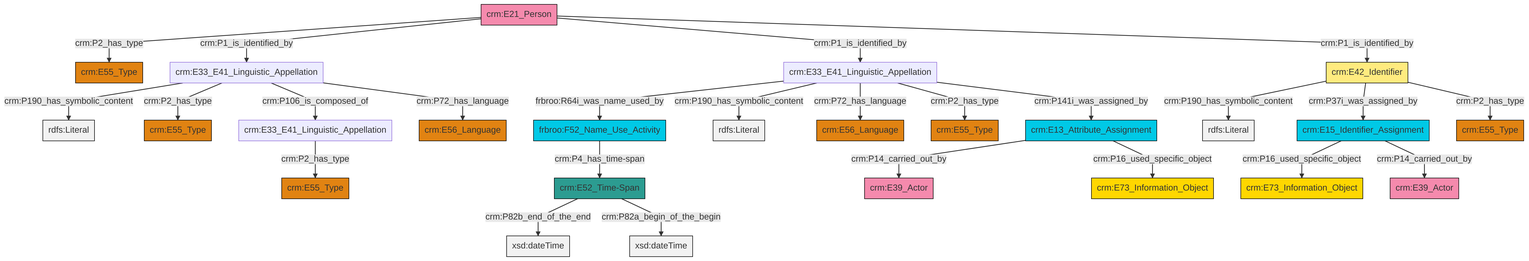
Above: et/personCSV/ttl/mmd/png/Person_Names_and_Classification.png in swiss-art-research-net/docs.swissartresearch (Mermaid), before the change. Its source is kept beside it as et/personCSV/ttl/mmd/Person_Names_and_Classification.ttl.mmd.
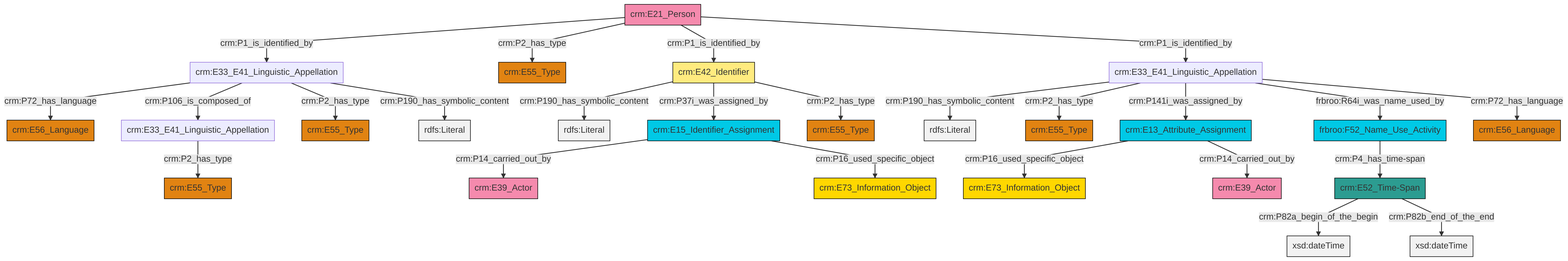
After the commit.

Diff of the diagram source:
```diff
@@ -13,27 +13,27 @@
 classDef PC_Classes fill:#4ce600, stroke:#000000;
 classDef Multi fill:#cccccc,stroke:#000000;
 
-2["crm:E15_Identifier_Assignment"]:::Temporal_Entity -->|crm:P16_used_specific_object| 3["crm:E73_Information_Object"]:::Conceptual_Object
-4["crm:E33_E41_Linguistic_Appellation"]:::Default -->|crm:P190_has_symbolic_content| 5[rdfs:Literal]:::Literal
-6["crm:E21_Person"]:::Actor -->|crm:P2_has_type| 7["crm:E55_Type"]:::Type
-8["crm:E33_E41_Linguistic_Appellation"]:::Default -->|frbroo:R64i_was_name_used_by| 9["frbroo:F52_Name_Use_Activity"]:::Temporal_Entity
-8["crm:E33_E41_Linguistic_Appellation"]:::Default -->|crm:P190_has_symbolic_content| 10[rdfs:Literal]:::Literal
-4["crm:E33_E41_Linguistic_Appellation"]:::Default -->|crm:P2_has_type| 11["crm:E55_Type"]:::Type
-13["crm:E42_Identifier"]:::Appellation -->|crm:P190_has_symbolic_content| 14[rdfs:Literal]:::Literal
-15["crm:E52_Time-Span"]:::Time-Span -->|crm:P82b_end_of_the_end| 16[xsd:dateTime]:::Literal
-15["crm:E52_Time-Span"]:::Time-Span -->|crm:P82a_begin_of_the_begin| 19[xsd:dateTime]:::Literal
-13["crm:E42_Identifier"]:::Appellation -->|crm:P37i_was_assigned_by| 2["crm:E15_Identifier_Assignment"]:::Temporal_Entity
-8["crm:E33_E41_Linguistic_Appellation"]:::Default -->|crm:P72_has_language| 22["crm:E56_Language"]:::Type
-9["frbroo:F52_Name_Use_Activity"]:::Temporal_Entity -->|crm:P4_has_time-span| 15["crm:E52_Time-Span"]:::Time-Span
-6["crm:E21_Person"]:::Actor -->|crm:P1_is_identified_by| 4["crm:E33_E41_Linguistic_Appellation"]:::Default
-6["crm:E21_Person"]:::Actor -->|crm:P1_is_identified_by| 8["crm:E33_E41_Linguistic_Appellation"]:::Default
-4["crm:E33_E41_Linguistic_Appellation"]:::Default -->|crm:P106_is_composed_of| 23["crm:E33_E41_Linguistic_Appellation"]:::Default
-8["crm:E33_E41_Linguistic_Appellation"]:::Default -->|crm:P2_has_type| 20["crm:E55_Type"]:::Type
-13["crm:E42_Identifier"]:::Appellation -->|crm:P2_has_type| 25["crm:E55_Type"]:::Type
-6["crm:E21_Person"]:::Actor -->|crm:P1_is_identified_by| 13["crm:E42_Identifier"]:::Appellation
-34["crm:E13_Attribute_Assignment"]:::Temporal_Entity -->|crm:P14_carried_out_by| 30["crm:E39_Actor"]:::Actor
-4["crm:E33_E41_Linguistic_Appellation"]:::Default -->|crm:P72_has_language| 35["crm:E56_Language"]:::Type
-34["crm:E13_Attribute_Assignment"]:::Temporal_Entity -->|crm:P16_used_specific_object| 0["crm:E73_Information_Object"]:::Conceptual_Object
-8["crm:E33_E41_Linguistic_Appellation"]:::Default -->|crm:P141i_was_assigned_by| 34["crm:E13_Attribute_Assignment"]:::Temporal_Entity
-2["crm:E15_Identifier_Assignment"]:::Temporal_Entity -->|crm:P14_carried_out_by| 17["crm:E39_Actor"]:::Actor
-23["crm:E33_E41_Linguistic_Appellation"]:::Default -->|crm:P2_has_type| 42["crm:E55_Type"]:::Type
+2["crm:E33_E41_Linguistic_Appellation"]:::Default -->|crm:P72_has_language| 3["crm:E56_Language"]:::Type
+2["crm:E33_E41_Linguistic_Appellation"]:::Default -->|crm:P106_is_composed_of| 4["crm:E33_E41_Linguistic_Appellation"]:::Default
+6["crm:E15_Identifier_Assignment"]:::Temporal_Entity -->|crm:P14_carried_out_by| 7["crm:E39_Actor"]:::Actor
+8["crm:E33_E41_Linguistic_Appellation"]:::Default -->|crm:P190_has_symbolic_content| 9[rdfs:Literal]:::Literal
+10["crm:E42_Identifier"]:::Appellation -->|crm:P190_has_symbolic_content| 11[rdfs:Literal]:::Literal
+2["crm:E33_E41_Linguistic_Appellation"]:::Default -->|crm:P2_has_type| 12["crm:E55_Type"]:::Type
+6["crm:E15_Identifier_Assignment"]:::Temporal_Entity -->|crm:P16_used_specific_object| 16["crm:E73_Information_Object"]:::Conceptual_Object
+8["crm:E33_E41_Linguistic_Appellation"]:::Default -->|crm:P2_has_type| 0["crm:E55_Type"]:::Type
+24["crm:E21_Person"]:::Actor -->|crm:P1_is_identified_by| 2["crm:E33_E41_Linguistic_Appellation"]:::Default
+27["crm:E13_Attribute_Assignment"]:::Temporal_Entity -->|crm:P16_used_specific_object| 17["crm:E73_Information_Object"]:::Conceptual_Object
+8["crm:E33_E41_Linguistic_Appellation"]:::Default -->|crm:P141i_was_assigned_by| 27["crm:E13_Attribute_Assignment"]:::Temporal_Entity
+10["crm:E42_Identifier"]:::Appellation -->|crm:P37i_was_assigned_by| 6["crm:E15_Identifier_Assignment"]:::Temporal_Entity
+4["crm:E33_E41_Linguistic_Appellation"]:::Default -->|crm:P2_has_type| 30["crm:E55_Type"]:::Type
+22["frbroo:F52_Name_Use_Activity"]:::Temporal_Entity -->|crm:P4_has_time-span| 36["crm:E52_Time-Span"]:::Time-Span
+36["crm:E52_Time-Span"]:::Time-Span -->|crm:P82a_begin_of_the_begin| 38[xsd:dateTime]:::Literal
+24["crm:E21_Person"]:::Actor -->|crm:P2_has_type| 32["crm:E55_Type"]:::Type
+24["crm:E21_Person"]:::Actor -->|crm:P1_is_identified_by| 10["crm:E42_Identifier"]:::Appellation
+24["crm:E21_Person"]:::Actor -->|crm:P1_is_identified_by| 8["crm:E33_E41_Linguistic_Appellation"]:::Default
+36["crm:E52_Time-Span"]:::Time-Span -->|crm:P82b_end_of_the_end| 42[xsd:dateTime]:::Literal
+27["crm:E13_Attribute_Assignment"]:::Temporal_Entity -->|crm:P14_carried_out_by| 13["crm:E39_Actor"]:::Actor
+10["crm:E42_Identifier"]:::Appellation -->|crm:P2_has_type| 34["crm:E55_Type"]:::Type
+2["crm:E33_E41_Linguistic_Appellation"]:::Default -->|crm:P190_has_symbolic_content| 44[rdfs:Literal]:::Literal
+8["crm:E33_E41_Linguistic_Appellation"]:::Default -->|frbroo:R64i_was_name_used_by| 22["frbroo:F52_Name_Use_Activity"]:::Temporal_Entity
+8["crm:E33_E41_Linguistic_Appellation"]:::Default -->|crm:P72_has_language| 45["crm:E56_Language"]:::Type
```
